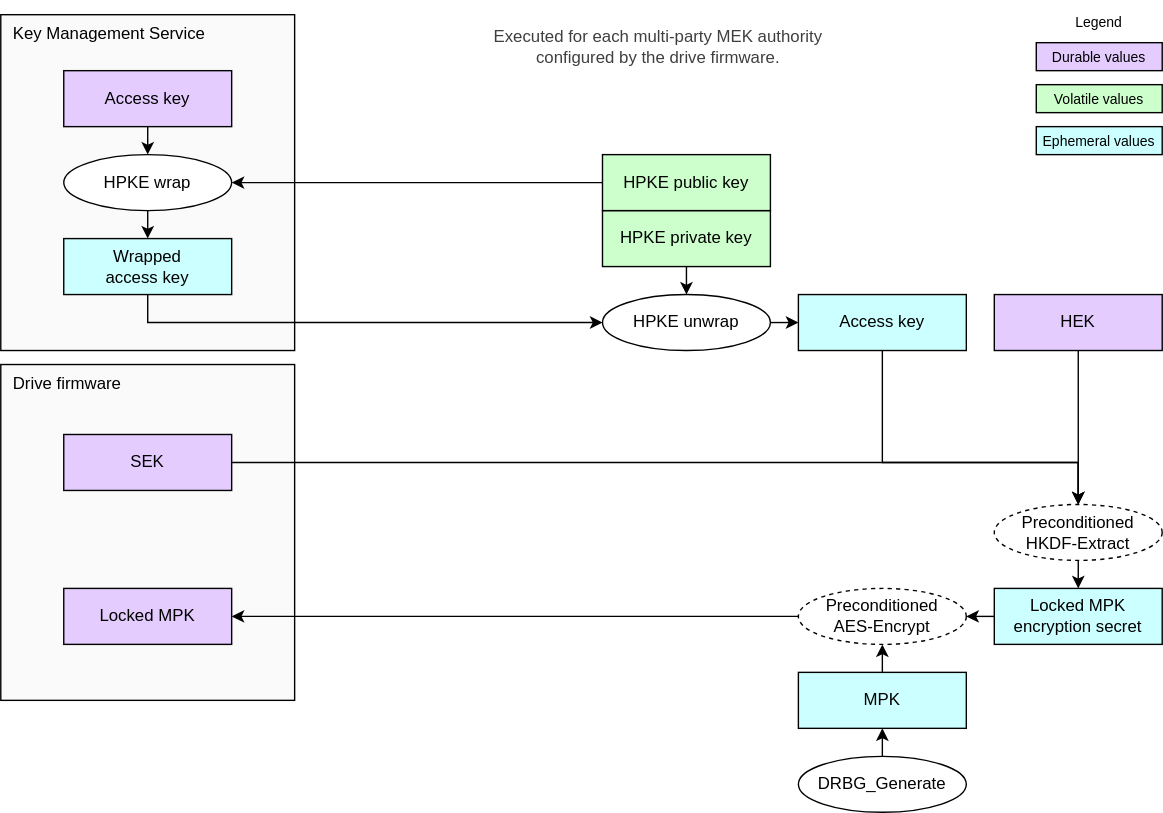
Before: doc/ocp_lock/diagrams/mpk_generate.drawio.svg, a diagram exported from draw.io (chipsalliance/Caliptra). Source tidied: cells renumbered, new cells last; positions are measured from the earlier drawing's top-left corner, leaving out a move shared by most shapes.
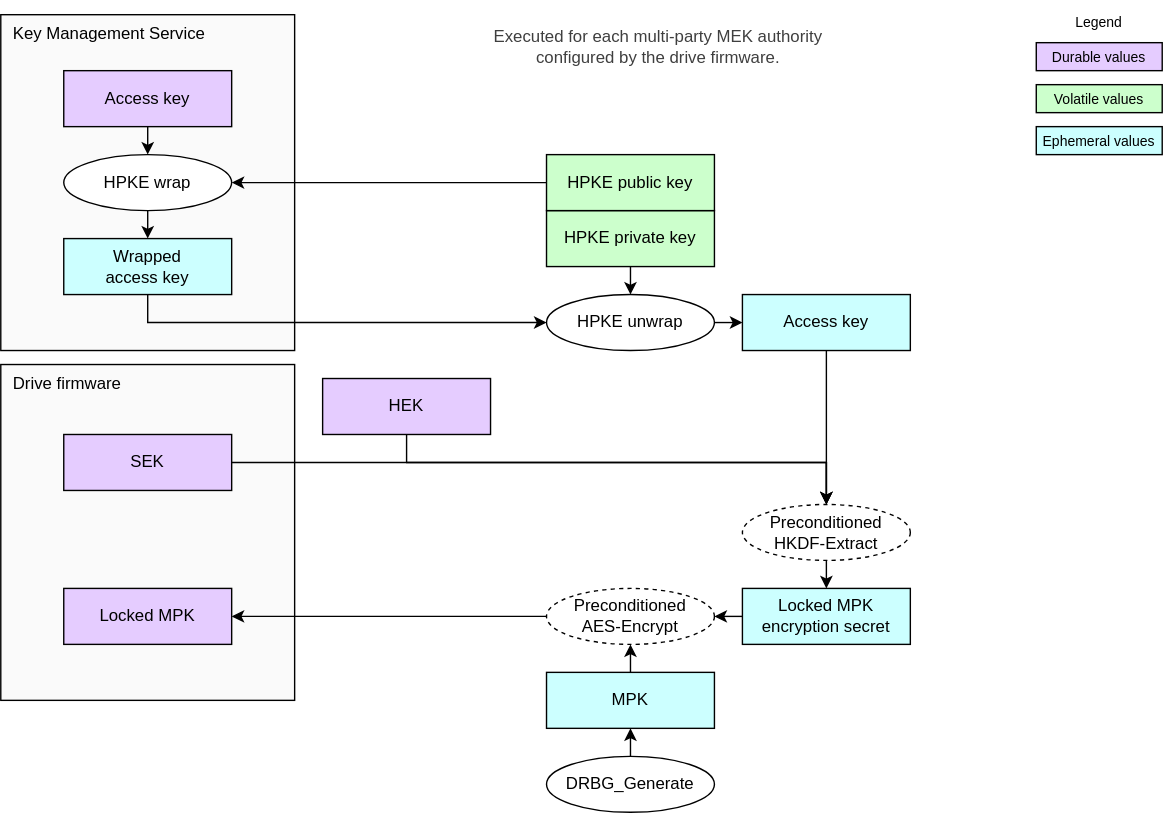
Later version of the same file.

Diff of the diagram source:
```diff
@@ -12,22 +12,22 @@
       <mxGeometry x="45" y="420" width="120" height="40" as="geometry" />
     </mxCell>
     <mxCell id="5" value="&lt;div&gt;&lt;font color=&quot;#000000&quot;&gt;HEK&lt;/font&gt;&lt;/div&gt;" style="rounded=0;whiteSpace=wrap;html=1;align=center;verticalAlign=middle;shadow=0;glass=0;spacingLeft=0;spacingBottom=0;spacingTop=0;fillColor=#E5CCFF;" parent="1" vertex="1">
-      <mxGeometry x="710" y="210" width="120" height="40" as="geometry" />
+      <mxGeometry x="230" y="270" width="120" height="40" as="geometry" />
     </mxCell>
     <mxCell id="6" style="edgeStyle=none;html=1;exitX=0;exitY=0.5;exitDx=0;exitDy=0;entryX=1;entryY=0.5;entryDx=0;entryDy=0;" parent="1" edge="1" source="7" target="10">
       <mxGeometry relative="1" as="geometry" />
     </mxCell>
     <mxCell id="7" value="&lt;div&gt;&lt;font color=&quot;#000000&quot;&gt;Locked MPK encryption secret&lt;/font&gt;&lt;/div&gt;" style="rounded=0;whiteSpace=wrap;html=1;align=center;verticalAlign=middle;shadow=0;glass=0;spacingLeft=0;spacingBottom=0;spacingTop=0;fillColor=#CCFFFF;" parent="1" vertex="1">
-      <mxGeometry x="710" y="420" width="120" height="40" as="geometry" />
+      <mxGeometry x="530" y="420" width="120" height="40" as="geometry" />
     </mxCell>
     <mxCell id="8" value="&lt;div&gt;&lt;font color=&quot;#000000&quot;&gt;Access key&lt;/font&gt;&lt;/div&gt;" style="rounded=0;whiteSpace=wrap;html=1;align=center;verticalAlign=middle;shadow=0;glass=0;spacingLeft=0;spacingBottom=0;spacingTop=0;fillColor=#CCFFFF;" parent="1" vertex="1">
-      <mxGeometry x="570" y="210" width="120" height="40" as="geometry" />
+      <mxGeometry x="530" y="210" width="120" height="40" as="geometry" />
     </mxCell>
     <mxCell id="9" value="Preconditioned&lt;div&gt;HKDF-Extract&lt;/div&gt;" style="ellipse;whiteSpace=wrap;html=1;fillColor=#FFFFFF;dashed=1;" parent="1" vertex="1">
-      <mxGeometry x="710" y="360" width="120" height="40" as="geometry" />
+      <mxGeometry x="530" y="360" width="120" height="40" as="geometry" />
     </mxCell>
     <mxCell id="10" value="Preconditioned&lt;div&gt;AES-Encrypt&lt;/div&gt;" style="ellipse;whiteSpace=wrap;html=1;fillColor=#FFFFFF;dashed=1;" parent="1" vertex="1">
-      <mxGeometry x="570" y="420" width="120" height="40" as="geometry" />
+      <mxGeometry x="390" y="420" width="120" height="40" as="geometry" />
     </mxCell>
     <mxCell id="11" style="endArrow=none;html=1;exitX=1;exitY=0.5;exitDx=0;exitDy=0;entryX=0;entryY=0.5;entryDx=0;entryDy=0;startArrow=classic;startFill=1;endFill=0;endSize=6;startSize=6;" parent="1" edge="1" source="4" target="10">
       <mxGeometry relative="1" as="geometry" />
@@ -35,8 +35,8 @@
     <mxCell id="12" style="endArrow=classic;html=1;exitX=0.5;exitY=1;exitDx=0;exitDy=0;endSize=6;startSize=6;edgeStyle=orthogonalEdgeStyle;rounded=0;curved=0;entryX=0.5;entryY=0;entryDx=0;entryDy=0;" parent="1" edge="1" source="8" target="9">
       <mxGeometry relative="1" as="geometry">
         <Array as="points">
-          <mxPoint x="630" y="330" />
-          <mxPoint x="770" y="330" />
+          <mxPoint x="590" y="340" />
+          <mxPoint x="590" y="340" />
         </Array>
       </mxGeometry>
     </mxCell>
@@ -44,19 +44,24 @@
       <mxGeometry relative="1" as="geometry" />
     </mxCell>
     <mxCell id="14" value="&lt;div&gt;&lt;font color=&quot;#000000&quot;&gt;MPK&lt;/font&gt;&lt;/div&gt;" style="rounded=0;whiteSpace=wrap;html=1;align=center;verticalAlign=middle;shadow=0;glass=0;spacingLeft=0;spacingBottom=0;spacingTop=0;fillColor=#CCFFFF;" parent="1" vertex="1">
-      <mxGeometry x="570" y="480" width="120" height="40" as="geometry" />
+      <mxGeometry x="390" y="480" width="120" height="40" as="geometry" />
     </mxCell>
     <mxCell id="15" style="endArrow=none;html=1;exitX=0.5;exitY=1;exitDx=0;exitDy=0;entryX=0.5;entryY=0;entryDx=0;entryDy=0;startArrow=classic;startFill=1;endFill=0;endSize=6;startSize=6;" parent="1" edge="1" source="10" target="14">
       <mxGeometry relative="1" as="geometry" />
     </mxCell>
     <mxCell id="16" style="edgeStyle=segmentEdgeStyle;endArrow=classic;html=1;curved=0;rounded=0;endSize=6;startSize=6;exitX=0.5;exitY=1;exitDx=0;exitDy=0;entryX=0.5;entryY=0;entryDx=0;entryDy=0;" parent="1" edge="1" source="5" target="9">
-      <mxGeometry relative="1" as="geometry" />
+      <mxGeometry relative="1" as="geometry">
+        <Array as="points">
+          <mxPoint x="290" y="330" />
+          <mxPoint x="590" y="330" />
+        </Array>
+      </mxGeometry>
     </mxCell>
     <mxCell id="17" value="&lt;div&gt;&lt;font color=&quot;#000000&quot;&gt;HPKE private key&lt;/font&gt;&lt;/div&gt;" style="rounded=0;whiteSpace=wrap;html=1;align=center;verticalAlign=middle;shadow=0;glass=0;spacingLeft=0;spacingBottom=0;spacingTop=0;fillColor=#CCFFCC;" parent="1" vertex="1">
-      <mxGeometry x="430" y="150" width="120" height="40" as="geometry" />
+      <mxGeometry x="390" y="150" width="120" height="40" as="geometry" />
     </mxCell>
     <mxCell id="18" value="HPKE unwrap" style="ellipse;whiteSpace=wrap;html=1;fillColor=#FFFFFF;" parent="1" vertex="1">
-      <mxGeometry x="430" y="210" width="120" height="40" as="geometry" />
+      <mxGeometry x="390" y="210" width="120" height="40" as="geometry" />
     </mxCell>
     <mxCell id="19" style="endArrow=classic;html=1;exitX=1;exitY=0.5;exitDx=0;exitDy=0;endSize=6;startSize=6;" parent="1" edge="1" source="18" target="8">
       <mxGeometry relative="1" as="geometry" />
@@ -68,15 +73,10 @@
       <mxGeometry x="45" y="110" width="120" height="40" as="geometry" />
     </mxCell>
     <mxCell id="22" value="&lt;div&gt;&lt;font color=&quot;#000000&quot;&gt;HPKE public key&lt;/font&gt;&lt;/div&gt;" style="rounded=0;whiteSpace=wrap;html=1;align=center;verticalAlign=middle;shadow=0;glass=0;spacingLeft=0;spacingBottom=0;spacingTop=0;fillColor=#CCFFCC;" parent="1" vertex="1">
-      <mxGeometry x="430" y="110" width="120" height="40" as="geometry" />
+      <mxGeometry x="390" y="110" width="120" height="40" as="geometry" />
     </mxCell>
-    <mxCell id="23" style="edgeStyle=segmentEdgeStyle;endArrow=classic;html=1;curved=0;rounded=0;endSize=6;startSize=6;exitX=0;exitY=0.5;exitDx=0;exitDy=0;entryX=1;entryY=0.5;entryDx=0;entryDy=0;" parent="1" edge="1" source="22" target="21">
-      <mxGeometry relative="1" as="geometry">
-        <Array as="points">
-          <mxPoint x="410" y="130" />
-          <mxPoint x="410" y="130" />
-        </Array>
-      </mxGeometry>
+    <mxCell id="23" style="endArrow=classic;html=1;rounded=0;endSize=6;startSize=6;exitX=0;exitY=0.5;exitDx=0;exitDy=0;entryX=1;entryY=0.5;entryDx=0;entryDy=0;" parent="1" edge="1" source="22" target="21">
+      <mxGeometry relative="1" as="geometry" />
     </mxCell>
     <mxCell id="24" style="endArrow=classic;html=1;exitX=0.5;exitY=1;exitDx=0;exitDy=0;entryX=0.5;entryY=0;entryDx=0;entryDy=0;endSize=6;startSize=6;" parent="1" edge="1" source="21" target="20">
       <mxGeometry relative="1" as="geometry" />
@@ -104,7 +104,7 @@
       <mxGeometry relative="1" as="geometry" />
     </mxCell>
     <mxCell id="31" value="DRBG_Generate" style="ellipse;whiteSpace=wrap;html=1;fillColor=#FFFFFF;" parent="1" vertex="1">
-      <mxGeometry x="570" y="540" width="120" height="40" as="geometry" />
+      <mxGeometry x="390" y="540" width="120" height="40" as="geometry" />
     </mxCell>
     <mxCell id="32" value="&lt;div&gt;&lt;font color=&quot;#000000&quot;&gt;Volatile values&lt;/font&gt;&lt;/div&gt;" style="rounded=0;whiteSpace=wrap;html=1;align=center;verticalAlign=middle;shadow=0;glass=0;spacingLeft=0;spacingBottom=0;spacingTop=0;fillColor=#CCFFCC;fontSize=10;" parent="1" vertex="1">
       <mxGeometry x="740" y="60" width="90" height="20" as="geometry" />
@@ -124,7 +124,7 @@
     <mxCell id="37" style="edgeStyle=orthogonalEdgeStyle;endArrow=classic;html=1;rounded=0;endSize=6;startSize=6;exitX=1;exitY=0.5;exitDx=0;exitDy=0;entryX=0.5;entryY=0;entryDx=0;entryDy=0;" parent="1" edge="1" source="36" target="9">
       <mxGeometry relative="1" as="geometry">
         <Array as="points">
-          <mxPoint x="770" y="330" />
+          <mxPoint x="590" y="330" />
         </Array>
       </mxGeometry>
     </mxCell>
```
